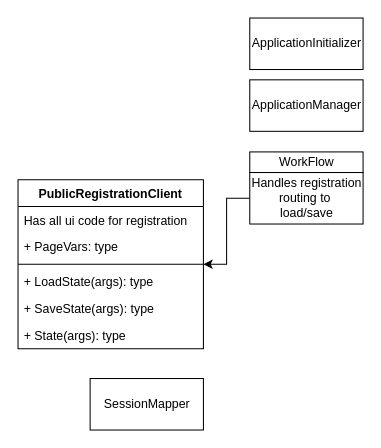
Above: PublicRegistrationClassDiagram.drawio in shelbyharris/Registration (draw.io), before the change. Source tidied: cells renumbered, new cells numbered last; positions are measured from the earlier drawing's top-left corner, leaving out a move shared by most shapes. Both pictures are drawn from the tidied source at 103%, with x=0, y=0 at pixel (18, 18).
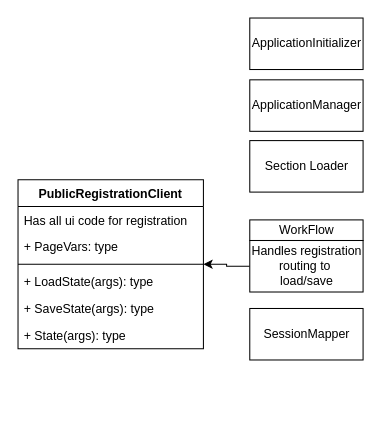
Above is the later version.

Diff of the diagram source:
```diff
@@
 <mxGraphModel>
   <root>
     <mxCell id="0" />
     <mxCell id="1" parent="0" />
     <mxCell id="2" value="PublicRegistrationClient" style="swimlane;fontStyle=1;align=center;verticalAlign=top;horizontal=1;startSize=26;" parent="1" vertex="1">
       <mxGeometry y="157" width="180" height="164" as="geometry" />
     </mxCell>
     <mxCell id="3" value="Has all ui code for registration" style="text;strokeColor=none;fillColor=none;align=left;verticalAlign=top;spacingLeft=4;spacingRight=4;overflow=hidden;" parent="2" vertex="1">
       <mxGeometry y="26" width="180" height="26" as="geometry" />
     </mxCell>
     <mxCell id="4" value="+ PageVars: type" style="text;strokeColor=none;fillColor=none;align=left;verticalAlign=top;spacingLeft=4;spacingRight=4;overflow=hidden;" parent="2" vertex="1">
       <mxGeometry y="52" width="180" height="26" as="geometry" />
     </mxCell>
     <mxCell id="5" style="line;strokeWidth=1;fillColor=none;align=left;verticalAlign=middle;spacingTop=-1;spacingLeft=3;spacingRight=3;labelPosition=right;" parent="2" vertex="1">
       <mxGeometry y="78" width="180" height="8" as="geometry" />
     </mxCell>
     <mxCell id="6" value="+ LoadState(args): type" style="text;strokeColor=none;fillColor=none;align=left;verticalAlign=top;spacingLeft=4;spacingRight=4;overflow=hidden;" parent="2" vertex="1">
       <mxGeometry y="86" width="180" height="26" as="geometry" />
     </mxCell>
     <mxCell id="7" value="+ SaveState(args): type" style="text;strokeColor=none;fillColor=none;align=left;verticalAlign=top;spacingLeft=4;spacingRight=4;overflow=hidden;" parent="2" vertex="1">
       <mxGeometry y="112" width="180" height="26" as="geometry" />
     </mxCell>
     <mxCell id="8" value="+ State(args): type" style="text;strokeColor=none;fillColor=none;align=left;verticalAlign=top;spacingLeft=4;spacingRight=4;overflow=hidden;" parent="2" vertex="1">
       <mxGeometry y="138" width="180" height="26" as="geometry" />
     </mxCell>
     <mxCell id="9" value="SessionMapper" style="html=1;" parent="1" vertex="1">
-      <mxGeometry x="70" y="350" width="110" height="50" as="geometry" />
+      <mxGeometry x="225" y="282" width="110" height="50" as="geometry" />
     </mxCell>
     <mxCell id="10" value="WorkFlow" style="html=1;" parent="1" vertex="1">
-      <mxGeometry x="225" y="130" width="110" height="20" as="geometry" />
+      <mxGeometry x="225" y="196" width="110" height="20" as="geometry" />
     </mxCell>
     <mxCell id="11" value="ApplicationInitializer" style="html=1;" parent="1" vertex="1">
       <mxGeometry x="225" width="110" height="50" as="geometry" />
     </mxCell>
     <mxCell id="12" value="ApplicationManager" style="html=1;" parent="1" vertex="1">
       <mxGeometry x="225" y="60" width="110" height="50" as="geometry" />
     </mxCell>
     <mxCell id="13" style="edgeStyle=orthogonalEdgeStyle;rounded=0;jettySize=auto;html=1;" parent="1" edge="1" source="14" target="2">
       <mxGeometry relative="1" as="geometry" />
     </mxCell>
     <mxCell id="14" value="Handles registration&lt;br&gt;routing to&amp;nbsp;&lt;br&gt;load/save" style="html=1;" parent="1" vertex="1">
-      <mxGeometry x="225" y="150" width="110" height="50" as="geometry" />
+      <mxGeometry x="225" y="216" width="110" height="50" as="geometry" />
     </mxCell>
+    <mxCell id="15" value="Section Loader" style="html=1;" parent="1" vertex="1">
+      <mxGeometry x="225" y="119" width="110" height="50" as="geometry" />
+    </mxCell>
   </root>
 </mxGraphModel>
```
